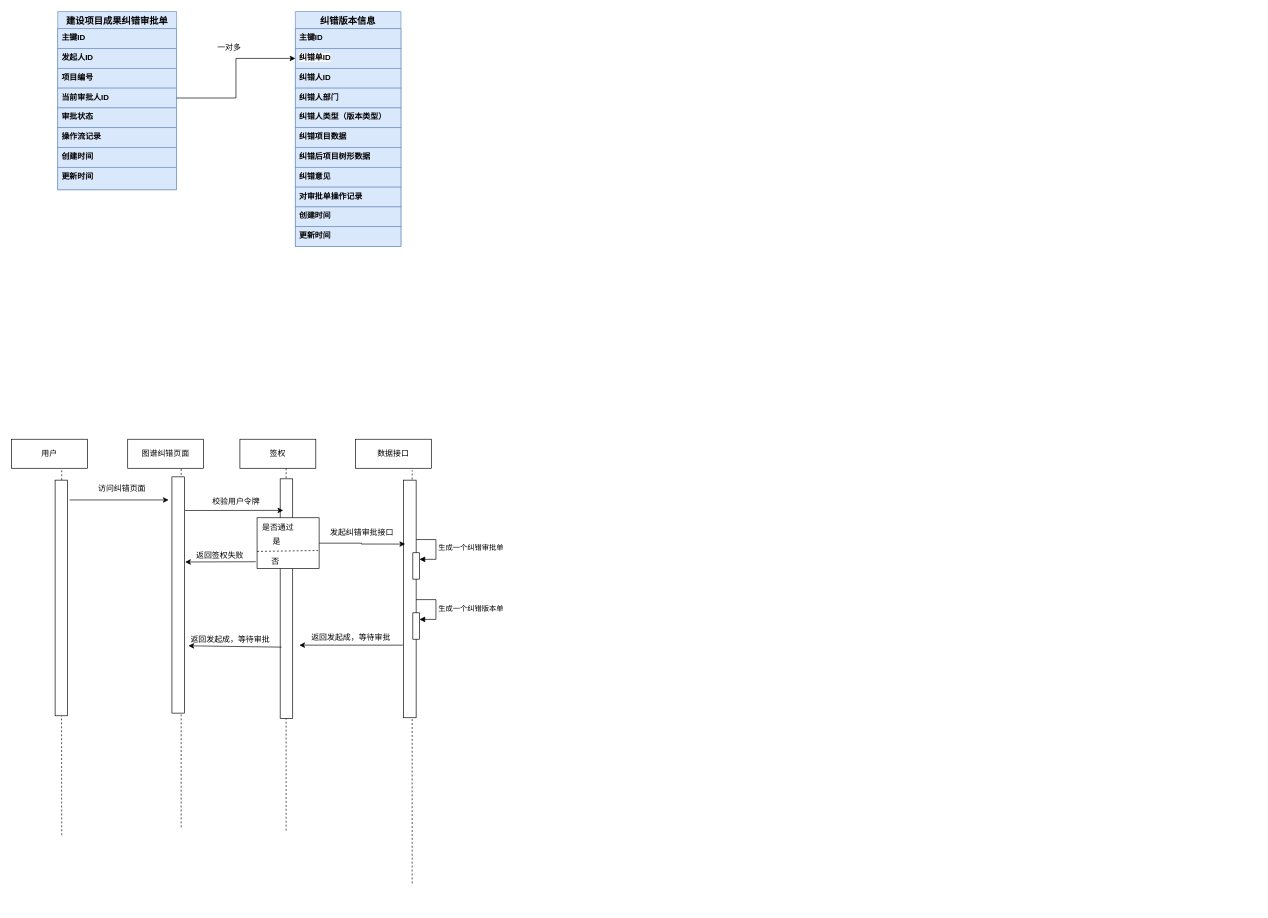
Before: 未命名绘图.drawio in yang95xin/see, a draw.io diagram. Source tidied: cells renumbered, new cells numbered last; positions are measured from the earlier drawing's top-left corner, leaving out a move shared by most shapes. Both pictures are drawn from the tidied source at 66%, with x=0, y=0 at pixel (11, 11).
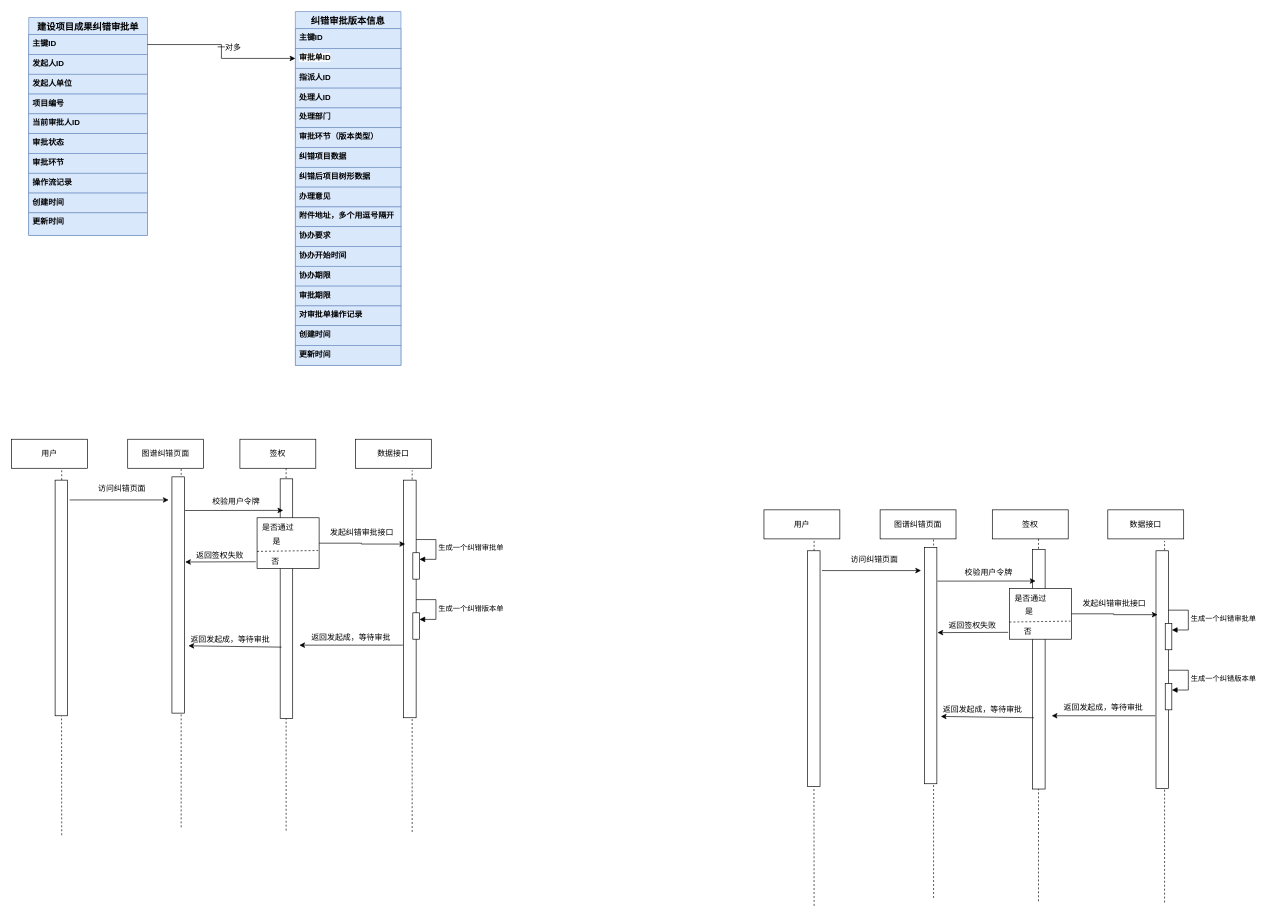
Above is the later version.

Commit message (it also covers changes not shown here):
更新未命名绘图.drawio

The change refers to these unchanged cells:
```xml
<mxCell id="3" value="主键ID" style="text;strokeColor=#6c8ebf;fillColor=#dae8fc;spacingLeft=4;spacingRight=4;overflow=hidden;points=[[0,0.5],[1,0.5]];portConstraint=eastwest;fontSize=12;whiteSpace=wrap;html=1;fontStyle=1;" parent="2" vertex="1">
  <mxGeometry y="26" width="180" height="30" as="geometry" />
</mxCell>
```

Change to the diagram source:
```diff
@@
     <mxCell id="2" value="建设项目成果纠错审批单" style="swimlane;fontStyle=1;horizontal=1;startSize=26;align=center;fontSize=14;fillColor=#dae8fc;strokeColor=#6c8ebf;" parent="1" vertex="1">
-      <mxGeometry x="70" width="180" height="270" as="geometry" />
+      <mxGeometry x="26" y="9" width="180" height="330" as="geometry" />
     </mxCell>
@@
+    <mxCell id="59" value="发起人ID" style="text;strokeColor=#6c8ebf;fillColor=#dae8fc;spacingLeft=4;spacingRight=4;overflow=hidden;fontSize=12;whiteSpace=wrap;html=1;fontStyle=1;" parent="2" vertex="1">
+      <mxGeometry y="56" width="180" height="30" as="geometry" />
+    </mxCell>
-    <mxCell id="4" value="发起人ID" style="text;strokeColor=#6c8ebf;fillColor=#dae8fc;spacingLeft=4;spacingRight=4;overflow=hidden;fontSize=12;whiteSpace=wrap;html=1;fontStyle=1;" parent="2" vertex="1">
-      <mxGeometry y="56" width="180" height="30" as="geometry" />
+    <mxCell id="4" value="发起人单位" style="text;strokeColor=#6c8ebf;fillColor=#dae8fc;spacingLeft=4;spacingRight=4;overflow=hidden;fontSize=12;whiteSpace=wrap;html=1;fontStyle=1;" parent="2" vertex="1">
+      <mxGeometry y="86" width="180" height="30" as="geometry" />
     </mxCell>
     <mxCell id="5" value="项目编号" style="text;strokeColor=#6c8ebf;fillColor=#dae8fc;spacingLeft=4;spacingRight=4;overflow=hidden;fontSize=12;whiteSpace=wrap;html=1;fontStyle=1;" parent="2" vertex="1">
-      <mxGeometry y="86" width="180" height="30" as="geometry" />
+      <mxGeometry y="116" width="180" height="30" as="geometry" />
     </mxCell>
     <mxCell id="6" value="当前审批人ID" style="text;strokeColor=#6c8ebf;fillColor=#dae8fc;spacingLeft=4;spacingRight=4;overflow=hidden;points=[[0,0.5],[1,0.5]];portConstraint=eastwest;fontSize=12;whiteSpace=wrap;html=1;fontStyle=1;" parent="2" vertex="1">
-      <mxGeometry y="116" width="180" height="30" as="geometry" />
+      <mxGeometry y="146" width="180" height="30" as="geometry" />
     </mxCell>
     <mxCell id="7" value="审批状态" style="text;strokeColor=#6c8ebf;fillColor=#dae8fc;spacingLeft=4;spacingRight=4;overflow=hidden;fontSize=12;whiteSpace=wrap;html=1;fontStyle=1;" parent="2" vertex="1">
-      <mxGeometry y="146" width="180" height="30" as="geometry" />
+      <mxGeometry y="176" width="180" height="30" as="geometry" />
     </mxCell>
+    <mxCell id="60" value="审批环节" style="text;strokeColor=#6c8ebf;fillColor=#dae8fc;spacingLeft=4;spacingRight=4;overflow=hidden;fontSize=12;whiteSpace=wrap;html=1;fontStyle=1;" parent="2" vertex="1">
+      <mxGeometry y="206" width="180" height="30" as="geometry" />
+    </mxCell>
     <mxCell id="8" value="操作流记录" style="text;strokeColor=#6c8ebf;fillColor=#dae8fc;spacingLeft=4;spacingRight=4;overflow=hidden;fontSize=12;whiteSpace=wrap;html=1;fontStyle=1;" parent="2" vertex="1">
-      <mxGeometry y="176" width="180" height="30" as="geometry" />
+      <mxGeometry y="236" width="180" height="30" as="geometry" />
     </mxCell>
     <mxCell id="9" value="创建时间" style="text;strokeColor=#6c8ebf;fillColor=#dae8fc;spacingLeft=4;spacingRight=4;overflow=hidden;fontSize=12;whiteSpace=wrap;html=1;fontStyle=1;" parent="2" vertex="1">
-      <mxGeometry y="206" width="180" height="30" as="geometry" />
+      <mxGeometry y="266" width="180" height="30" as="geometry" />
     </mxCell>
     <mxCell id="10" value="更新时间" style="text;strokeColor=#6c8ebf;fillColor=#dae8fc;spacingLeft=4;spacingRight=4;overflow=hidden;fontSize=12;whiteSpace=wrap;html=1;fontStyle=1;" parent="2" vertex="1">
-      <mxGeometry y="236" width="180" height="34" as="geometry" />
+      <mxGeometry y="296" width="180" height="34" as="geometry" />
     </mxCell>
-    <mxCell id="11" value="纠错版本信息" style="swimlane;fontStyle=1;horizontal=1;startSize=26;align=center;fontSize=14;fillColor=#dae8fc;strokeColor=#6c8ebf;" parent="1" vertex="1">
-      <mxGeometry x="430" width="160" height="356" as="geometry" />
+    <mxCell id="11" value="纠错审批版本信息" style="swimlane;fontStyle=1;horizontal=1;startSize=26;align=center;fontSize=14;fillColor=#dae8fc;strokeColor=#6c8ebf;" parent="1" vertex="1">
+      <mxGeometry x="430" width="160" height="536" as="geometry" />
     </mxCell>
@@
-    <mxCell id="13" value="&lt;span style=&quot;color: rgb(0, 0, 0); font-family: Helvetica; font-size: 12px; font-style: normal; font-variant-ligatures: normal; font-variant-caps: normal; font-weight: 700; letter-spacing: normal; orphans: 2; text-align: left; text-indent: 0px; text-transform: none; widows: 2; word-spacing: 0px; -webkit-text-stroke-width: 0px; white-space: normal; background-color: rgb(251, 251, 251); text-decoration-thickness: initial; text-decoration-style: initial; text-decoration-color: initial; display: inline !important; float: none;&quot;&gt;纠错单ID&lt;/span&gt;" style="text;strokeColor=#6c8ebf;fillColor=#dae8fc;spacingLeft=4;spacingRight=4;overflow=hidden;points=[[0,0.5],[1,0.5]];portConstraint=eastwest;fontSize=12;whiteSpace=wrap;html=1;fontStyle=1;" parent="11" vertex="1">
+    <mxCell id="13" value="&lt;span style=&quot;color: rgb(0, 0, 0); font-family: Helvetica; font-size: 12px; font-style: normal; font-variant-ligatures: normal; font-variant-caps: normal; font-weight: 700; letter-spacing: normal; orphans: 2; text-align: left; text-indent: 0px; text-transform: none; widows: 2; word-spacing: 0px; -webkit-text-stroke-width: 0px; white-space: normal; background-color: rgb(251, 251, 251); text-decoration-thickness: initial; text-decoration-style: initial; text-decoration-color: initial; display: inline !important; float: none;&quot;&gt;审批单ID&lt;/span&gt;" style="text;strokeColor=#6c8ebf;fillColor=#dae8fc;spacingLeft=4;spacingRight=4;overflow=hidden;points=[[0,0.5],[1,0.5]];portConstraint=eastwest;fontSize=12;whiteSpace=wrap;html=1;fontStyle=1;" parent="11" vertex="1">
       <mxGeometry y="56" width="160" height="30" as="geometry" />
     </mxCell>
-    <mxCell id="14" value="纠错人ID" style="text;strokeColor=#6c8ebf;fillColor=#dae8fc;spacingLeft=4;spacingRight=4;overflow=hidden;fontSize=12;whiteSpace=wrap;html=1;fontStyle=1;" parent="11" vertex="1">
+    <mxCell id="14" value="指派人ID" style="text;strokeColor=#6c8ebf;fillColor=#dae8fc;spacingLeft=4;spacingRight=4;overflow=hidden;fontSize=12;whiteSpace=wrap;html=1;fontStyle=1;" parent="11" vertex="1">
       <mxGeometry y="86" width="160" height="30" as="geometry" />
     </mxCell>
+    <mxCell id="61" value="处理人ID" style="text;strokeColor=#6c8ebf;fillColor=#dae8fc;spacingLeft=4;spacingRight=4;overflow=hidden;fontSize=12;whiteSpace=wrap;html=1;fontStyle=1;" parent="11" vertex="1">
+      <mxGeometry y="116" width="160" height="30" as="geometry" />
+    </mxCell>
-    <mxCell id="15" value="纠错人部门" style="text;strokeColor=#6c8ebf;fillColor=#dae8fc;spacingLeft=4;spacingRight=4;overflow=hidden;fontSize=12;whiteSpace=wrap;html=1;fontStyle=1;" parent="11" vertex="1">
-      <mxGeometry y="116" width="160" height="30" as="geometry" />
+    <mxCell id="15" value="处理部门" style="text;strokeColor=#6c8ebf;fillColor=#dae8fc;spacingLeft=4;spacingRight=4;overflow=hidden;fontSize=12;whiteSpace=wrap;html=1;fontStyle=1;" parent="11" vertex="1">
+      <mxGeometry y="146" width="160" height="30" as="geometry" />
     </mxCell>
-    <mxCell id="16" value="纠错人类型（版本类型）" style="text;strokeColor=#6c8ebf;fillColor=#dae8fc;spacingLeft=4;spacingRight=4;overflow=hidden;fontSize=12;whiteSpace=wrap;html=1;fontStyle=1;" parent="11" vertex="1">
-      <mxGeometry y="146" width="160" height="30" as="geometry" />
+    <mxCell id="16" value="审批环节（版本类型）" style="text;strokeColor=#6c8ebf;fillColor=#dae8fc;spacingLeft=4;spacingRight=4;overflow=hidden;fontSize=12;whiteSpace=wrap;html=1;fontStyle=1;" parent="11" vertex="1">
+      <mxGeometry y="176" width="160" height="30" as="geometry" />
     </mxCell>
     <mxCell id="17" value="纠错项目数据" style="text;strokeColor=#6c8ebf;fillColor=#dae8fc;spacingLeft=4;spacingRight=4;overflow=hidden;fontSize=12;whiteSpace=wrap;html=1;fontStyle=1;" parent="11" vertex="1">
-      <mxGeometry y="176" width="160" height="30" as="geometry" />
+      <mxGeometry y="206" width="160" height="30" as="geometry" />
     </mxCell>
     <mxCell id="18" value="纠错后项目树形数据" style="text;strokeColor=#6c8ebf;fillColor=#dae8fc;spacingLeft=4;spacingRight=4;overflow=hidden;fontSize=12;whiteSpace=wrap;html=1;fontStyle=1;" parent="11" vertex="1">
-      <mxGeometry y="206" width="160" height="30" as="geometry" />
+      <mxGeometry y="236" width="160" height="30" as="geometry" />
     </mxCell>
-    <mxCell id="19" value="纠错意见" style="text;strokeColor=#6c8ebf;fillColor=#dae8fc;spacingLeft=4;spacingRight=4;overflow=hidden;fontSize=12;whiteSpace=wrap;html=1;fontStyle=1;" parent="11" vertex="1">
-      <mxGeometry y="236" width="160" height="30" as="geometry" />
+    <mxCell id="19" value="办理意见" style="text;strokeColor=#6c8ebf;fillColor=#dae8fc;spacingLeft=4;spacingRight=4;overflow=hidden;fontSize=12;whiteSpace=wrap;html=1;fontStyle=1;" parent="11" vertex="1">
+      <mxGeometry y="266" width="160" height="30" as="geometry" />
     </mxCell>
+    <mxCell id="62" value="附件地址，多个用逗号隔开" style="text;strokeColor=#6c8ebf;fillColor=#dae8fc;spacingLeft=4;spacingRight=4;overflow=hidden;fontSize=12;whiteSpace=wrap;html=1;fontStyle=1;" parent="11" vertex="1">
+      <mxGeometry y="296" width="160" height="30" as="geometry" />
+    </mxCell>
+    <mxCell id="63" value="协办要求" style="text;strokeColor=#6c8ebf;fillColor=#dae8fc;spacingLeft=4;spacingRight=4;overflow=hidden;fontSize=12;whiteSpace=wrap;html=1;fontStyle=1;" parent="11" vertex="1">
+      <mxGeometry y="326" width="160" height="30" as="geometry" />
+    </mxCell>
+    <mxCell id="64" value="协办开始时间" style="text;strokeColor=#6c8ebf;fillColor=#dae8fc;spacingLeft=4;spacingRight=4;overflow=hidden;fontSize=12;whiteSpace=wrap;html=1;fontStyle=1;" parent="11" vertex="1">
+      <mxGeometry y="356" width="160" height="30" as="geometry" />
+    </mxCell>
+    <mxCell id="65" value="协办期限" style="text;strokeColor=#6c8ebf;fillColor=#dae8fc;spacingLeft=4;spacingRight=4;overflow=hidden;fontSize=12;whiteSpace=wrap;html=1;fontStyle=1;" parent="11" vertex="1">
+      <mxGeometry y="386" width="160" height="30" as="geometry" />
+    </mxCell>
+    <mxCell id="66" value="审批期限" style="text;strokeColor=#6c8ebf;fillColor=#dae8fc;spacingLeft=4;spacingRight=4;overflow=hidden;fontSize=12;whiteSpace=wrap;html=1;fontStyle=1;" parent="11" vertex="1">
+      <mxGeometry y="416" width="160" height="30" as="geometry" />
+    </mxCell>
     <mxCell id="20" value="对审批单操作记录" style="text;strokeColor=#6c8ebf;fillColor=#dae8fc;spacingLeft=4;spacingRight=4;overflow=hidden;fontSize=12;whiteSpace=wrap;html=1;fontStyle=1;" parent="11" vertex="1">
-      <mxGeometry y="266" width="160" height="30" as="geometry" />
+      <mxGeometry y="446" width="160" height="30" as="geometry" />
     </mxCell>
     <mxCell id="21" value="创建时间" style="text;strokeColor=#6c8ebf;fillColor=#dae8fc;spacingLeft=4;spacingRight=4;overflow=hidden;fontSize=12;whiteSpace=wrap;html=1;fontStyle=1;" parent="11" vertex="1">
-      <mxGeometry y="296" width="160" height="30" as="geometry" />
+      <mxGeometry y="476" width="160" height="30" as="geometry" />
     </mxCell>
     <mxCell id="22" value="更新时间" style="text;strokeColor=#6c8ebf;fillColor=#dae8fc;spacingLeft=4;spacingRight=4;overflow=hidden;fontSize=12;whiteSpace=wrap;html=1;fontStyle=1;" parent="11" vertex="1">
-      <mxGeometry y="326" width="160" height="30" as="geometry" />
+      <mxGeometry y="506" width="160" height="30" as="geometry" />
     </mxCell>
-    <mxCell id="23" style="edgeStyle=orthogonalEdgeStyle;rounded=0;jettySize=auto;html=1;entryX=0;entryY=0.5;entryDx=0;entryDy=0;" parent="1" edge="1" source="6" target="13">
+    <mxCell id="23" style="edgeStyle=orthogonalEdgeStyle;rounded=0;jettySize=auto;html=1;entryX=0;entryY=0.5;entryDx=0;entryDy=0;exitX=1;exitY=0.5;exitDx=0;exitDy=0;" parent="1" edge="1" source="3" target="13">
       <mxGeometry relative="1" as="geometry" />
     </mxCell>
@@
     <mxCell id="32" style="endArrow=none;dashed=1;html=1;rounded=0;" parent="1" edge="1">
       <mxGeometry relative="1" as="geometry">
-        <mxPoint x="607" y="1321" as="sourcePoint" />
+        <mxPoint x="607" y="1243" as="sourcePoint" />
         <mxPoint x="607" y="695" as="targetPoint" />
       </mxGeometry>
     </mxCell>
@@
+    <mxCell id="67" value="用户" style="rounded=0;whiteSpace=wrap;html=1;" parent="1" vertex="1">
+      <mxGeometry x="1140" y="755" width="115" height="44" as="geometry" />
+    </mxCell>
+    <mxCell id="68" value="签权" style="rounded=0;whiteSpace=wrap;html=1;" parent="1" vertex="1">
+      <mxGeometry x="1486" y="755" width="115" height="44" as="geometry" />
+    </mxCell>
+    <mxCell id="69" value="图谱纠错页面" style="rounded=0;whiteSpace=wrap;html=1;" parent="1" vertex="1">
+      <mxGeometry x="1316" y="755" width="115" height="44" as="geometry" />
+    </mxCell>
+    <mxCell id="70" value="数据接口" style="rounded=0;whiteSpace=wrap;html=1;" parent="1" vertex="1">
+      <mxGeometry x="1661" y="755" width="115" height="44" as="geometry" />
+    </mxCell>
+    <mxCell id="71" style="endArrow=none;dashed=1;html=1;rounded=0;" parent="1" edge="1" source="76">
+      <mxGeometry relative="1" as="geometry">
+        <mxPoint x="1216" y="802" as="targetPoint" />
+      </mxGeometry>
+    </mxCell>
+    <mxCell id="72" style="endArrow=none;dashed=1;html=1;rounded=0;" parent="1" edge="1">
+      <mxGeometry relative="1" as="geometry">
+        <mxPoint x="1397" y="1343" as="sourcePoint" />
+        <mxPoint x="1397" y="799" as="targetPoint" />
+      </mxGeometry>
+    </mxCell>
+    <mxCell id="73" style="endArrow=none;dashed=1;html=1;rounded=0;" parent="1" edge="1">
+      <mxGeometry relative="1" as="geometry">
+        <mxPoint x="1556" y="1348" as="sourcePoint" />
+        <mxPoint x="1556" y="799" as="targetPoint" />
+      </mxGeometry>
+    </mxCell>
+    <mxCell id="74" style="endArrow=none;dashed=1;html=1;rounded=0;" parent="1" edge="1">
+      <mxGeometry relative="1" as="geometry">
+        <mxPoint x="1747" y="1350" as="sourcePoint" />
+        <mxPoint x="1747" y="802" as="targetPoint" />
+      </mxGeometry>
+    </mxCell>
+    <mxCell id="75" style="endArrow=none;dashed=1;html=1;rounded=0;" parent="1" edge="1" target="76">
+      <mxGeometry relative="1" as="geometry">
+        <mxPoint x="1216" y="1355" as="sourcePoint" />
+      </mxGeometry>
+    </mxCell>
+    <mxCell id="76" style="rounded=0;whiteSpace=wrap;html=1;" parent="1" vertex="1">
+      <mxGeometry x="1206" y="817" width="19" height="357" as="geometry" />
+    </mxCell>
+    <mxCell id="77" style="rounded=0;whiteSpace=wrap;html=1;" parent="1" vertex="1">
+      <mxGeometry x="1383" y="812" width="19" height="358" as="geometry" />
+    </mxCell>
+    <mxCell id="78" style="rounded=0;whiteSpace=wrap;html=1;" parent="1" vertex="1">
+      <mxGeometry x="1547" y="815" width="19" height="363" as="geometry" />
+    </mxCell>
+    <mxCell id="79" style="rounded=0;whiteSpace=wrap;html=1;" parent="1" vertex="1">
+      <mxGeometry x="1734" y="817" width="19" height="360" as="geometry" />
+    </mxCell>
+    <mxCell id="80" style="endArrow=classic;html=1;rounded=0;" parent="1" edge="1">
+      <mxGeometry relative="1" as="geometry">
+        <mxPoint x="1228" y="847" as="sourcePoint" />
+        <mxPoint x="1378" y="847" as="targetPoint" />
+      </mxGeometry>
+    </mxCell>
+    <mxCell id="81" value="访问纠错页面" style="text;html=1;align=center;verticalAlign=middle;whiteSpace=wrap;rounded=0;" parent="1" vertex="1">
+      <mxGeometry x="1258" y="815" width="99" height="30" as="geometry" />
+    </mxCell>
+    <mxCell id="82" style="endArrow=classic;html=1;rounded=0;entryX=0.242;entryY=0.3;entryDx=0;entryDy=0;entryPerimeter=0;" parent="1" edge="1">
+      <mxGeometry relative="1" as="geometry">
+        <mxPoint x="1403" y="863" as="sourcePoint" />
+        <mxPoint x="1551.6" y="862.8" as="targetPoint" />
+      </mxGeometry>
+    </mxCell>
+    <mxCell id="83" value="校验用户令牌" style="text;html=1;align=center;verticalAlign=middle;whiteSpace=wrap;rounded=0;" parent="1" vertex="1">
+      <mxGeometry x="1431" y="835" width="99" height="30" as="geometry" />
+    </mxCell>
+    <mxCell id="84" style="rounded=0;whiteSpace=wrap;html=1;" parent="1" vertex="1">
+      <mxGeometry x="1512" y="874" width="94" height="77" as="geometry" />
+    </mxCell>
+    <mxCell id="85" value="是否通过" style="text;html=1;align=center;verticalAlign=middle;whiteSpace=wrap;rounded=0;" parent="1" vertex="1">
+      <mxGeometry x="1513.5" y="874" width="60" height="30" as="geometry" />
+    </mxCell>
+    <mxCell id="86" value="是" style="text;html=1;align=center;verticalAlign=middle;whiteSpace=wrap;rounded=0;" parent="1" vertex="1">
+      <mxGeometry x="1512" y="895" width="60" height="30" as="geometry" />
+    </mxCell>
+    <mxCell id="87" style="endArrow=none;dashed=1;html=1;rounded=0;exitX=0;exitY=1;exitDx=0;exitDy=0;entryX=0.983;entryY=0.644;entryDx=0;entryDy=0;entryPerimeter=0;" parent="1" edge="1" source="86" target="84">
+      <mxGeometry relative="1" as="geometry" />
+    </mxCell>
+    <mxCell id="88" value="否" style="text;html=1;align=center;verticalAlign=middle;whiteSpace=wrap;rounded=0;" parent="1" vertex="1">
+      <mxGeometry x="1510" y="925" width="60" height="30" as="geometry" />
+    </mxCell>
+    <mxCell id="89" style="endArrow=classic;html=1;rounded=0;" parent="1" edge="1">
+      <mxGeometry relative="1" as="geometry">
+        <mxPoint x="1510" y="940.6" as="sourcePoint" />
+        <mxPoint x="1403" y="941" as="targetPoint" />
+      </mxGeometry>
+    </mxCell>
+    <mxCell id="90" value="返回签权失败" style="text;html=1;align=center;verticalAlign=middle;whiteSpace=wrap;rounded=0;" parent="1" vertex="1">
+      <mxGeometry x="1410" y="925" width="92" height="12" as="geometry" />
+    </mxCell>
+    <mxCell id="91" style="edgeStyle=orthogonalEdgeStyle;rounded=0;jettySize=auto;html=1;exitX=1;exitY=0.5;exitDx=0;exitDy=0;entryX=0.126;entryY=0.269;entryDx=0;entryDy=0;entryPerimeter=0;" parent="1" edge="1" source="84" target="79">
+      <mxGeometry relative="1" as="geometry" />
+    </mxCell>
+    <mxCell id="92" value="发起纠错审批接口" style="text;html=1;align=center;verticalAlign=middle;whiteSpace=wrap;rounded=0;" parent="1" vertex="1">
+      <mxGeometry x="1616" y="886" width="110" height="21" as="geometry" />
+    </mxCell>
+    <mxCell id="93" style="endArrow=classic;html=1;rounded=0;" parent="1" edge="1">
+      <mxGeometry relative="1" as="geometry">
+        <mxPoint x="1733" y="1067" as="sourcePoint" />
+        <mxPoint x="1576" y="1067" as="targetPoint" />
+      </mxGeometry>
+    </mxCell>
+    <mxCell id="94" value="返回发起成，等待审批" style="text;html=1;align=center;verticalAlign=middle;whiteSpace=wrap;rounded=0;" parent="1" vertex="1">
+      <mxGeometry x="1590" y="1045" width="129" height="20" as="geometry" />
+    </mxCell>
+    <mxCell id="95" style="html=1;points=[[0,0,0,0,5],[0,1,0,0,-5],[1,0,0,0,5],[1,1,0,0,-5]];perimeter=orthogonalPerimeter;outlineConnect=0;targetShapes=umlLifeline;portConstraint=eastwest;newEdgeStyle={&quot;curved&quot;:0,&quot;rounded&quot;:0};" parent="1" vertex="1">
+      <mxGeometry x="1748" y="1018" width="10" height="40" as="geometry" />
+    </mxCell>
+    <mxCell id="96" value="生成一个纠错版本单" style="html=1;align=left;spacingLeft=2;endArrow=block;rounded=0;edgeStyle=orthogonalEdgeStyle;curved=0;rounded=0;" parent="1" edge="1" target="95">
+      <mxGeometry relative="1" as="geometry">
+        <mxPoint x="1753" y="998" as="sourcePoint" />
+        <Array as="points">
+          <mxPoint x="1783" y="1028" />
+        </Array>
+      </mxGeometry>
+    </mxCell>
+    <mxCell id="97" style="html=1;points=[[0,0,0,0,5],[0,1,0,0,-5],[1,0,0,0,5],[1,1,0,0,-5]];perimeter=orthogonalPerimeter;outlineConnect=0;targetShapes=umlLifeline;portConstraint=eastwest;newEdgeStyle={&quot;curved&quot;:0,&quot;rounded&quot;:0};" parent="1" vertex="1">
+      <mxGeometry x="1748" y="927" width="10" height="40" as="geometry" />
+    </mxCell>
+    <mxCell id="98" value="生成一个纠错审批单" style="html=1;align=left;spacingLeft=2;endArrow=block;rounded=0;edgeStyle=orthogonalEdgeStyle;curved=0;rounded=0;" parent="1" edge="1" target="97">
+      <mxGeometry relative="1" as="geometry">
+        <mxPoint x="1753" y="907" as="sourcePoint" />
+        <Array as="points">
+          <mxPoint x="1783" y="937" />
+        </Array>
+      </mxGeometry>
+    </mxCell>
+    <mxCell id="99" style="endArrow=classic;html=1;rounded=0;exitX=-0.042;exitY=0.484;exitDx=0;exitDy=0;exitPerimeter=0;entryX=0;entryY=1;entryDx=0;entryDy=0;" parent="1" edge="1" target="100">
+      <mxGeometry relative="1" as="geometry">
+        <mxPoint x="1549" y="1070" as="sourcePoint" />
+      </mxGeometry>
+    </mxCell>
+    <mxCell id="100" value="返回发起成，等待审批" style="text;html=1;align=center;verticalAlign=middle;whiteSpace=wrap;rounded=0;" parent="1" vertex="1">
+      <mxGeometry x="1408" y="1048" width="127" height="20" as="geometry" />
+    </mxCell>
```
